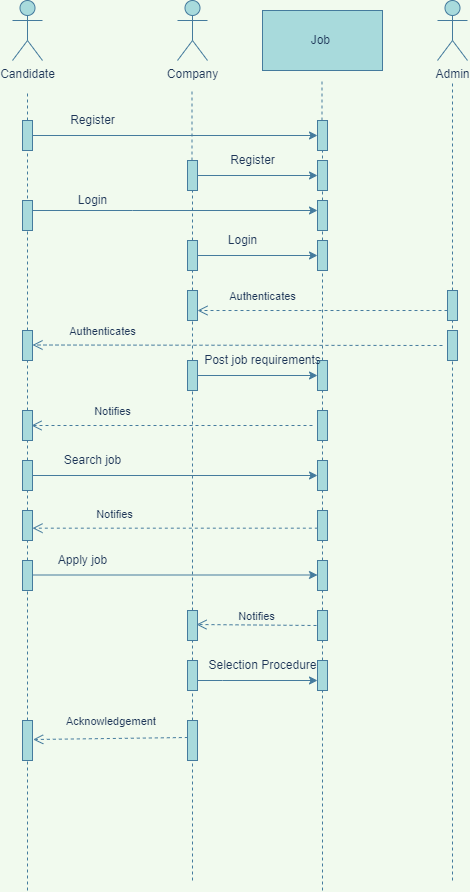
Earlier version of the draw.io export Day9/Online_Job_Portal-Diagrams/SequenceDiagramOJP.png (AthiraSajeev98/ust-prograd-training). Source tidied: cells renumbered, new cells last; positions are measured from the earlier drawing's top-left corner, leaving out a move shared by most shapes.
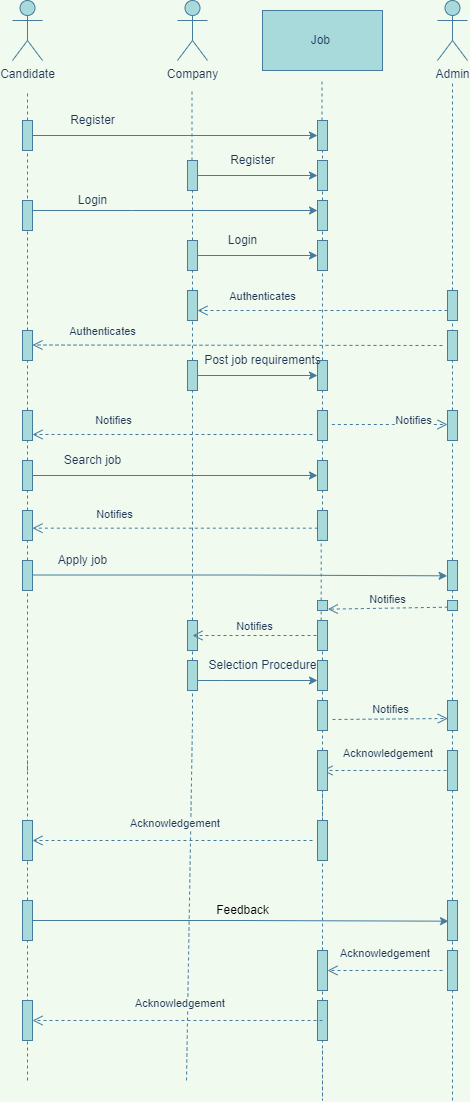
The same file after the commit.

What changed in the source:
```diff
@@ -70,10 +70,8 @@
     <mxCell id="21" style="html=1;points=[];perimeter=orthogonalPerimeter;fillColor=#A8DADC;strokeColor=#457B9D;fontColor=#1D3557;" parent="1" vertex="1">
       <mxGeometry x="435" y="290" width="10" height="30" as="geometry" />
     </mxCell>
-    <mxCell id="22" style="endArrow=none;dashed=1;html=1;rounded=0;startArrow=none;strokeColor=#457B9D;fontColor=#1D3557;labelBackgroundColor=#F1FAEE;" parent="1" edge="1" target="21">
-      <mxGeometry relative="1" as="geometry">
-        <mxPoint x="440" y="880" as="sourcePoint" />
-      </mxGeometry>
+    <mxCell id="22" style="endArrow=none;dashed=1;html=1;rounded=0;startArrow=none;strokeColor=#457B9D;fontColor=#1D3557;labelBackgroundColor=#F1FAEE;" parent="1" edge="1" source="85" target="21">
+      <mxGeometry relative="1" as="geometry" />
     </mxCell>
     <mxCell id="23" style="html=1;points=[];perimeter=orthogonalPerimeter;fillColor=#A8DADC;strokeColor=#457B9D;fontColor=#1D3557;" parent="1" vertex="1">
       <mxGeometry x="175" y="290" width="10" height="30" as="geometry" />
@@ -168,19 +166,21 @@
       <mxGeometry relative="1" as="geometry" />
     </mxCell>
     <mxCell id="51" style="html=1;points=[];perimeter=orthogonalPerimeter;fillColor=#A8DADC;strokeColor=#457B9D;fontColor=#1D3557;" parent="1" vertex="1">
-      <mxGeometry x="305" y="610" width="10" height="30" as="geometry" />
+      <mxGeometry x="305" y="620" width="10" height="30" as="geometry" />
     </mxCell>
     <mxCell id="52" style="endArrow=none;dashed=1;html=1;rounded=0;startArrow=none;strokeColor=#457B9D;fontColor=#1D3557;labelBackgroundColor=#F1FAEE;" parent="1" edge="1" source="59" target="51">
       <mxGeometry relative="1" as="geometry" />
     </mxCell>
     <mxCell id="53" style="html=1;points=[];perimeter=orthogonalPerimeter;fillColor=#A8DADC;strokeColor=#457B9D;fontColor=#1D3557;" parent="1" vertex="1">
-      <mxGeometry x="175" y="610" width="10" height="30" as="geometry" />
+      <mxGeometry x="175" y="620" width="10" height="30" as="geometry" />
     </mxCell>
     <mxCell id="54" style="endArrow=none;dashed=1;html=1;rounded=0;startArrow=none;strokeColor=#457B9D;fontColor=#1D3557;labelBackgroundColor=#F1FAEE;" parent="1" edge="1" source="57" target="53">
       <mxGeometry relative="1" as="geometry" />
     </mxCell>
-    <mxCell id="55" value="Notifies" style="html=1;verticalAlign=bottom;endArrow=open;dashed=1;endSize=8;rounded=0;entryX=0.9;entryY=0.467;entryDx=0;entryDy=0;entryPerimeter=0;exitX=-0.1;exitY=0.5;exitDx=0;exitDy=0;exitPerimeter=0;strokeColor=#457B9D;fontColor=#1D3557;labelBackgroundColor=#F1FAEE;" parent="1" edge="1" source="51" target="53">
-      <mxGeometry relative="1" as="geometry" />
+    <mxCell id="55" value="Notifies" style="html=1;verticalAlign=bottom;endArrow=open;dashed=1;endSize=8;rounded=0;exitX=-0.1;exitY=0.5;exitDx=0;exitDy=0;exitPerimeter=0;strokeColor=#457B9D;fontColor=#1D3557;labelBackgroundColor=#F1FAEE;" parent="1" edge="1" source="51">
+      <mxGeometry relative="1" as="geometry">
+        <mxPoint x="180" y="635" as="targetPoint" />
+      </mxGeometry>
     </mxCell>
     <mxCell id="56" style="edgeStyle=orthogonalEdgeStyle;rounded=0;jettySize=auto;html=1;strokeColor=#457B9D;fontColor=#1D3557;labelBackgroundColor=#F1FAEE;" parent="1" edge="1" source="57" target="59">
       <mxGeometry relative="1" as="geometry">
@@ -193,39 +193,37 @@
     <mxCell id="57" style="html=1;points=[];perimeter=orthogonalPerimeter;fillColor=#A8DADC;strokeColor=#457B9D;fontColor=#1D3557;" parent="1" vertex="1">
       <mxGeometry x="175" y="660" width="10" height="30" as="geometry" />
     </mxCell>
-    <mxCell id="58" style="endArrow=none;dashed=1;html=1;rounded=0;startArrow=none;strokeColor=#457B9D;fontColor=#1D3557;labelBackgroundColor=#F1FAEE;" parent="1" edge="1" source="62" target="57">
-      <mxGeometry relative="1" as="geometry" />
+    <mxCell id="58" style="endArrow=none;dashed=1;html=1;rounded=0;startArrow=none;strokeColor=#457B9D;fontColor=#1D3557;labelBackgroundColor=#F1FAEE;" parent="1" edge="1" target="57">
+      <mxGeometry relative="1" as="geometry">
+        <mxPoint x="180" y="720" as="sourcePoint" />
+      </mxGeometry>
     </mxCell>
     <mxCell id="59" style="html=1;points=[];perimeter=orthogonalPerimeter;fillColor=#A8DADC;strokeColor=#457B9D;fontColor=#1D3557;" parent="1" vertex="1">
       <mxGeometry x="305" y="660" width="10" height="30" as="geometry" />
     </mxCell>
-    <mxCell id="60" style="endArrow=none;dashed=1;html=1;rounded=0;startArrow=none;strokeColor=#457B9D;fontColor=#1D3557;labelBackgroundColor=#F1FAEE;" parent="1" edge="1" target="59">
-      <mxGeometry relative="1" as="geometry">
-        <mxPoint x="310" y="890" as="sourcePoint" />
-      </mxGeometry>
+    <mxCell id="60" style="endArrow=none;dashed=1;html=1;rounded=0;startArrow=none;strokeColor=#457B9D;fontColor=#1D3557;labelBackgroundColor=#F1FAEE;" parent="1" edge="1" source="97" target="59">
+      <mxGeometry relative="1" as="geometry" />
     </mxCell>
     <mxCell id="61" value="Selection Procedure" style="text;html=1;align=center;verticalAlign=middle;strokeColor=none;fillColor=none;fontColor=#1D3557;" parent="1" vertex="1">
       <mxGeometry x="190" y="655" width="120" height="20" as="geometry" />
     </mxCell>
-    <mxCell id="62" style="html=1;points=[];perimeter=orthogonalPerimeter;fillColor=#A8DADC;strokeColor=#457B9D;fontColor=#1D3557;" parent="1" vertex="1">
-      <mxGeometry x="175" y="720" width="10" height="40" as="geometry" />
-    </mxCell>
-    <mxCell id="63" style="endArrow=none;dashed=1;html=1;rounded=0;startArrow=none;strokeColor=#457B9D;fontColor=#1D3557;labelBackgroundColor=#F1FAEE;" parent="1" edge="1" target="62">
+    <mxCell id="63" style="endArrow=none;dashed=1;html=1;rounded=0;startArrow=none;strokeColor=#457B9D;fontColor=#1D3557;labelBackgroundColor=#F1FAEE;" parent="1" edge="1">
       <mxGeometry relative="1" as="geometry">
-        <mxPoint x="180" y="880" as="sourcePoint" />
+        <mxPoint x="174" y="1080" as="sourcePoint" />
+        <mxPoint x="180" y="720" as="targetPoint" />
       </mxGeometry>
     </mxCell>
-    <mxCell id="64" value="Notifies" style="html=1;verticalAlign=bottom;endArrow=open;dashed=1;endSize=8;rounded=0;entryX=0.9;entryY=0.5;entryDx=0;entryDy=0;entryPerimeter=0;strokeColor=#457B9D;fontColor=#1D3557;labelBackgroundColor=#F1FAEE;" parent="1" edge="1" target="47">
+    <mxCell id="64" value="Notifies" style="html=1;verticalAlign=bottom;endArrow=open;dashed=1;endSize=8;rounded=0;strokeColor=#457B9D;fontColor=#1D3557;labelBackgroundColor=#F1FAEE;exitX=1.433;exitY=0.467;exitDx=0;exitDy=0;exitPerimeter=0;" parent="1" edge="1" source="49" target="85">
       <mxGeometry x="0.42" y="-5" relative="1" as="geometry">
-        <mxPoint x="300" y="425" as="sourcePoint" />
+        <Array as="points">
+          <mxPoint x="380" y="424" />
+        </Array>
       </mxGeometry>
     </mxCell>
-    <mxCell id="65" style="html=1;points=[];perimeter=orthogonalPerimeter;fillColor=#A8DADC;strokeColor=#457B9D;fontColor=#1D3557;" parent="1" vertex="1">
-      <mxGeometry x="10" y="720" width="10" height="40" as="geometry" />
-    </mxCell>
-    <mxCell id="66" style="endArrow=none;dashed=1;html=1;rounded=0;strokeColor=#457B9D;fontColor=#1D3557;labelBackgroundColor=#F1FAEE;" parent="1" edge="1" target="65">
+    <mxCell id="66" style="endArrow=none;dashed=1;html=1;rounded=0;strokeColor=#457B9D;fontColor=#1D3557;labelBackgroundColor=#F1FAEE;startArrow=none;" parent="1" edge="1">
       <mxGeometry relative="1" as="geometry">
-        <mxPoint x="15" y="890" as="sourcePoint" />
+        <mxPoint x="15" y="1080" as="sourcePoint" />
+        <mxPoint x="15" y="760" as="targetPoint" />
       </mxGeometry>
     </mxCell>
     <mxCell id="67" style="edgeStyle=orthogonalEdgeStyle;rounded=0;jettySize=auto;html=1;strokeColor=#457B9D;fontColor=#1D3557;labelBackgroundColor=#F1FAEE;" parent="1" edge="1" source="68" target="70">
@@ -255,35 +253,176 @@
     <mxCell id="75" style="html=1;points=[];perimeter=orthogonalPerimeter;fillColor=#A8DADC;strokeColor=#457B9D;fontColor=#1D3557;" parent="1" vertex="1">
       <mxGeometry x="305" y="510" width="10" height="30" as="geometry" />
     </mxCell>
-    <mxCell id="76" style="endArrow=none;dashed=1;html=1;rounded=0;startArrow=none;strokeColor=#457B9D;fontColor=#1D3557;labelBackgroundColor=#F1FAEE;" parent="1" edge="1" source="78" target="75">
-      <mxGeometry relative="1" as="geometry" />
-    </mxCell>
     <mxCell id="77" value="Notifies" style="html=1;verticalAlign=bottom;endArrow=open;dashed=1;endSize=8;rounded=0;exitX=0.033;exitY=0.589;exitDx=0;exitDy=0;exitPerimeter=0;strokeColor=#457B9D;fontColor=#1D3557;labelBackgroundColor=#F1FAEE;" parent="1" edge="1" source="75" target="73">
       <mxGeometry x="0.42" y="-5" relative="1" as="geometry" />
     </mxCell>
-    <mxCell id="78" style="html=1;points=[];perimeter=orthogonalPerimeter;fillColor=#A8DADC;strokeColor=#457B9D;fontColor=#1D3557;" parent="1" vertex="1">
-      <mxGeometry x="305" y="560" width="10" height="30" as="geometry" />
-    </mxCell>
-    <mxCell id="79" style="endArrow=none;dashed=1;html=1;rounded=0;startArrow=none;strokeColor=#457B9D;fontColor=#1D3557;labelBackgroundColor=#F1FAEE;" parent="1" edge="1" source="51" target="78">
+    <mxCell id="79" style="endArrow=none;dashed=1;html=1;rounded=0;startArrow=none;strokeColor=#457B9D;fontColor=#1D3557;labelBackgroundColor=#F1FAEE;entryX=0.367;entryY=0.978;entryDx=0;entryDy=0;entryPerimeter=0;" parent="1" edge="1" source="121" target="75">
       <mxGeometry relative="1" as="geometry" />
     </mxCell>
     <mxCell id="80" style="html=1;points=[];perimeter=orthogonalPerimeter;fillColor=#A8DADC;strokeColor=#457B9D;fontColor=#1D3557;" parent="1" vertex="1">
       <mxGeometry x="10" y="560" width="10" height="30" as="geometry" />
     </mxCell>
-    <mxCell id="81" style="endArrow=none;dashed=1;html=1;rounded=0;startArrow=none;strokeColor=#457B9D;fontColor=#1D3557;labelBackgroundColor=#F1FAEE;" parent="1" edge="1" source="65" target="80">
-      <mxGeometry relative="1" as="geometry" />
+    <mxCell id="81" style="endArrow=none;dashed=1;html=1;rounded=0;startArrow=none;strokeColor=#457B9D;fontColor=#1D3557;labelBackgroundColor=#F1FAEE;" parent="1" edge="1" target="80">
+      <mxGeometry relative="1" as="geometry">
+        <mxPoint x="15" y="770" as="sourcePoint" />
+      </mxGeometry>
     </mxCell>
-    <mxCell id="82" style="edgeStyle=orthogonalEdgeStyle;rounded=0;orthogonalLoop=1;jettySize=auto;html=1;strokeColor=#457B9D;fontColor=#1D3557;labelBackgroundColor=#F1FAEE;" parent="1" edge="1">
+    <mxCell id="82" style="edgeStyle=orthogonalEdgeStyle;rounded=0;jettySize=auto;html=1;strokeColor=#457B9D;fontColor=#1D3557;labelBackgroundColor=#F1FAEE;entryX=-0.033;entryY=0.511;entryDx=0;entryDy=0;entryPerimeter=0;" parent="1" edge="1" target="87">
       <mxGeometry relative="1" as="geometry">
         <mxPoint x="20" y="574.5" as="sourcePoint" />
-        <mxPoint x="305" y="574.5" as="targetPoint" />
       </mxGeometry>
     </mxCell>
     <mxCell id="83" value="Apply job" style="text;html=1;align=center;verticalAlign=middle;strokeColor=none;fillColor=none;fontColor=#1D3557;" parent="1" vertex="1">
       <mxGeometry x="40" y="550" width="60" height="20" as="geometry" />
     </mxCell>
-    <mxCell id="84" value="Acknowledgement&amp;nbsp;" style="html=1;verticalAlign=bottom;endArrow=open;dashed=1;endSize=8;rounded=0;entryX=1.067;entryY=0.475;entryDx=0;entryDy=0;entryPerimeter=0;exitX=0.033;exitY=0.425;exitDx=0;exitDy=0;exitPerimeter=0;strokeColor=#457B9D;fontColor=#1D3557;labelBackgroundColor=#F1FAEE;" parent="1" edge="1" source="62" target="65">
-      <mxGeometry x="-0.03" y="-8" relative="1" as="geometry" />
+    <mxCell id="84" value="Acknowledgement&amp;nbsp;" style="html=1;verticalAlign=bottom;endArrow=open;dashed=1;endSize=8;rounded=0;strokeColor=#457B9D;fontColor=#1D3557;labelBackgroundColor=#F1FAEE;" parent="1" edge="1">
+      <mxGeometry x="-0.03" y="-8" relative="1" as="geometry">
+        <mxPoint x="440" y="770" as="sourcePoint" />
+        <mxPoint x="310" y="770" as="targetPoint" />
+      </mxGeometry>
     </mxCell>
+    <mxCell id="85" style="html=1;points=[];perimeter=orthogonalPerimeter;fillColor=#A8DADC;strokeColor=#457B9D;fontColor=#1D3557;" parent="1" vertex="1">
+      <mxGeometry x="435" y="410" width="10" height="30" as="geometry" />
+    </mxCell>
+    <mxCell id="86" style="endArrow=none;dashed=1;html=1;rounded=0;startArrow=none;strokeColor=#457B9D;fontColor=#1D3557;labelBackgroundColor=#F1FAEE;" parent="1" edge="1" source="87" target="85">
+      <mxGeometry relative="1" as="geometry" />
+    </mxCell>
+    <mxCell id="87" style="html=1;points=[];perimeter=orthogonalPerimeter;fillColor=#A8DADC;strokeColor=#457B9D;fontColor=#1D3557;" parent="1" vertex="1">
+      <mxGeometry x="435" y="560" width="10" height="30" as="geometry" />
+    </mxCell>
+    <mxCell id="88" style="endArrow=none;dashed=1;html=1;rounded=0;startArrow=none;strokeColor=#457B9D;fontColor=#1D3557;labelBackgroundColor=#F1FAEE;" parent="1" edge="1" source="95" target="87">
+      <mxGeometry relative="1" as="geometry" />
+    </mxCell>
+    <mxCell id="89" style="html=1;points=[];perimeter=orthogonalPerimeter;fillColor=#A8DADC;strokeColor=#457B9D;fontColor=#1D3557;" parent="1" vertex="1">
+      <mxGeometry x="435" y="750" width="10" height="40" as="geometry" />
+    </mxCell>
+    <mxCell id="90" style="endArrow=none;dashed=1;html=1;rounded=0;startArrow=none;strokeColor=#457B9D;fontColor=#1D3557;labelBackgroundColor=#F1FAEE;" parent="1" edge="1" source="107" target="89">
+      <mxGeometry relative="1" as="geometry" />
+    </mxCell>
+    <mxCell id="91" value="Notifies" style="html=1;verticalAlign=bottom;endArrow=open;dashed=1;endSize=8;rounded=0;strokeColor=#457B9D;fontColor=#1D3557;labelBackgroundColor=#F1FAEE;" parent="1" edge="1" target="47">
+      <mxGeometry x="0.42" y="-5" relative="1" as="geometry">
+        <mxPoint x="300" y="434" as="sourcePoint" />
+      </mxGeometry>
+    </mxCell>
+    <mxCell id="92" style="endArrow=none;dashed=1;html=1;rounded=0;startArrow=none;strokeColor=#457B9D;fontColor=#1D3557;labelBackgroundColor=#F1FAEE;" parent="1" edge="1" source="100" target="93">
+      <mxGeometry relative="1" as="geometry" />
+    </mxCell>
+    <mxCell id="93" style="html=1;points=[];perimeter=orthogonalPerimeter;fillColor=#A8DADC;strokeColor=#457B9D;fontColor=#1D3557;" parent="1" vertex="1">
+      <mxGeometry x="305" y="750" width="10" height="40" as="geometry" />
+    </mxCell>
+    <mxCell id="94" style="endArrow=none;dashed=1;html=1;rounded=0;startArrow=none;strokeColor=#457B9D;fontColor=#1D3557;labelBackgroundColor=#F1FAEE;" parent="1" edge="1" target="93">
+      <mxGeometry relative="1" as="geometry">
+        <mxPoint x="310" y="840" as="sourcePoint" />
+      </mxGeometry>
+    </mxCell>
+    <mxCell id="95" style="html=1;points=[];perimeter=orthogonalPerimeter;fillColor=#A8DADC;strokeColor=#457B9D;fontColor=#1D3557;" parent="1" vertex="1">
+      <mxGeometry x="435" y="700" width="10" height="30" as="geometry" />
+    </mxCell>
+    <mxCell id="96" style="endArrow=none;dashed=1;html=1;rounded=0;startArrow=none;strokeColor=#457B9D;fontColor=#1D3557;labelBackgroundColor=#F1FAEE;" parent="1" edge="1" source="89" target="95">
+      <mxGeometry relative="1" as="geometry" />
+    </mxCell>
+    <mxCell id="97" style="html=1;points=[];perimeter=orthogonalPerimeter;fillColor=#A8DADC;strokeColor=#457B9D;fontColor=#1D3557;" parent="1" vertex="1">
+      <mxGeometry x="305" y="700" width="10" height="30" as="geometry" />
+    </mxCell>
+    <mxCell id="98" style="endArrow=none;dashed=1;html=1;rounded=0;startArrow=none;strokeColor=#457B9D;fontColor=#1D3557;labelBackgroundColor=#F1FAEE;" parent="1" edge="1" source="93" target="97">
+      <mxGeometry relative="1" as="geometry" />
+    </mxCell>
+    <mxCell id="99" value="Notifies" style="html=1;verticalAlign=bottom;endArrow=open;dashed=1;endSize=8;rounded=0;entryX=0.033;entryY=0.6;entryDx=0;entryDy=0;entryPerimeter=0;strokeColor=#457B9D;fontColor=#1D3557;labelBackgroundColor=#F1FAEE;" parent="1" edge="1" target="95">
+      <mxGeometry relative="1" as="geometry">
+        <mxPoint x="320" y="719" as="sourcePoint" />
+      </mxGeometry>
+    </mxCell>
+    <mxCell id="100" style="html=1;points=[];perimeter=orthogonalPerimeter;fillColor=#A8DADC;strokeColor=#457B9D;fontColor=#1D3557;" parent="1" vertex="1">
+      <mxGeometry x="305" y="820" width="10" height="40" as="geometry" />
+    </mxCell>
+    <mxCell id="101" style="endArrow=none;dashed=1;html=1;rounded=0;startArrow=none;strokeColor=#457B9D;fontColor=#1D3557;labelBackgroundColor=#F1FAEE;" parent="1" edge="1" target="100">
+      <mxGeometry relative="1" as="geometry">
+        <mxPoint x="310" y="950" as="sourcePoint" />
+      </mxGeometry>
+    </mxCell>
+    <mxCell id="102" style="html=1;perimeter=orthogonalPerimeter;fillColor=#A8DADC;strokeColor=#457B9D;fontColor=#1D3557;" parent="1" vertex="1">
+      <mxGeometry x="10" y="820" width="10" height="40" as="geometry" />
+    </mxCell>
+    <mxCell id="103" value="Acknowledgement&amp;nbsp;" style="html=1;verticalAlign=bottom;endArrow=open;dashed=1;endSize=8;rounded=0;strokeColor=#457B9D;fontColor=#1D3557;labelBackgroundColor=#F1FAEE;" parent="1" edge="1">
+      <mxGeometry x="-0.03" y="-8" relative="1" as="geometry">
+        <mxPoint x="300" y="840" as="sourcePoint" />
+        <mxPoint x="20" y="840" as="targetPoint" />
+      </mxGeometry>
+    </mxCell>
+    <mxCell id="104" style="html=1;points=[];perimeter=orthogonalPerimeter;fillColor=#A8DADC;strokeColor=#457B9D;fontColor=#1D3557;" parent="1" vertex="1">
+      <mxGeometry x="10" y="900" width="10" height="40" as="geometry" />
+    </mxCell>
+    <mxCell id="105" style="html=1;verticalAlign=bottom;endArrow=none;dashed=1;endSize=8;rounded=0;strokeColor=#457B9D;fontColor=#1D3557;labelBackgroundColor=#F1FAEE;" parent="1" edge="1" target="104">
+      <mxGeometry x="-0.03" y="-8" relative="1" as="geometry">
+        <mxPoint x="40" y="920" as="sourcePoint" />
+      </mxGeometry>
+    </mxCell>
+    <mxCell id="106" style="endArrow=none;dashed=1;html=1;rounded=0;startArrow=none;strokeColor=#457B9D;fontColor=#1D3557;labelBackgroundColor=#F1FAEE;" parent="1" edge="1" source="111">
+      <mxGeometry relative="1" as="geometry">
+        <mxPoint x="310" y="940" as="targetPoint" />
+      </mxGeometry>
+    </mxCell>
+    <mxCell id="107" style="html=1;points=[];perimeter=orthogonalPerimeter;fillColor=#A8DADC;strokeColor=#457B9D;fontColor=#1D3557;" parent="1" vertex="1">
+      <mxGeometry x="435" y="900" width="10" height="40" as="geometry" />
+    </mxCell>
+    <mxCell id="108" style="endArrow=none;dashed=1;html=1;rounded=0;startArrow=none;strokeColor=#457B9D;fontColor=#1D3557;labelBackgroundColor=#F1FAEE;" parent="1" edge="1" source="114" target="107">
+      <mxGeometry relative="1" as="geometry" />
+    </mxCell>
+    <mxCell id="109" style="edgeStyle=orthogonalEdgeStyle;rounded=0;jettySize=auto;html=1;strokeColor=#457B9D;fontColor=#1D3557;labelBackgroundColor=#F1FAEE;exitX=1;exitY=0.5;exitDx=0;exitDy=0;exitPerimeter=0;entryX=0.1;entryY=0.517;entryDx=0;entryDy=0;entryPerimeter=0;" parent="1" edge="1" source="104" target="107">
+      <mxGeometry relative="1" as="geometry" />
+    </mxCell>
+    <mxCell id="110" value="Feedback" style="text;html=1;align=center;verticalAlign=middle;strokeColor=none;fillColor=none;" parent="1" vertex="1">
+      <mxGeometry x="195" y="900" width="70" height="20" as="geometry" />
+    </mxCell>
+    <mxCell id="111" style="html=1;points=[];perimeter=orthogonalPerimeter;fillColor=#A8DADC;strokeColor=#457B9D;fontColor=#1D3557;" parent="1" vertex="1">
+      <mxGeometry x="305" y="950" width="10" height="40" as="geometry" />
+    </mxCell>
+    <mxCell id="112" style="endArrow=none;dashed=1;html=1;rounded=0;startArrow=none;strokeColor=#457B9D;fontColor=#1D3557;labelBackgroundColor=#F1FAEE;" parent="1" edge="1" source="116" target="111">
+      <mxGeometry relative="1" as="geometry" />
+    </mxCell>
+    <mxCell id="113" style="html=1;perimeter=orthogonalPerimeter;fillColor=#A8DADC;strokeColor=#457B9D;fontColor=#1D3557;" parent="1" vertex="1">
+      <mxGeometry x="10" y="1000" width="10" height="40" as="geometry" />
+    </mxCell>
+    <mxCell id="114" style="html=1;points=[];perimeter=orthogonalPerimeter;fillColor=#A8DADC;strokeColor=#457B9D;fontColor=#1D3557;" parent="1" vertex="1">
+      <mxGeometry x="435" y="950" width="10" height="40" as="geometry" />
+    </mxCell>
+    <mxCell id="115" style="endArrow=none;dashed=1;html=1;rounded=0;startArrow=none;strokeColor=#457B9D;fontColor=#1D3557;labelBackgroundColor=#F1FAEE;" parent="1" edge="1" target="114">
+      <mxGeometry relative="1" as="geometry">
+        <mxPoint x="440" y="1100" as="sourcePoint" />
+      </mxGeometry>
+    </mxCell>
+    <mxCell id="116" style="html=1;points=[];perimeter=orthogonalPerimeter;fillColor=#A8DADC;strokeColor=#457B9D;fontColor=#1D3557;" parent="1" vertex="1">
+      <mxGeometry x="305" y="1000" width="10" height="40" as="geometry" />
+    </mxCell>
+    <mxCell id="117" style="endArrow=none;dashed=1;html=1;rounded=0;startArrow=none;strokeColor=#457B9D;fontColor=#1D3557;labelBackgroundColor=#F1FAEE;" parent="1" edge="1" target="116">
+      <mxGeometry relative="1" as="geometry">
+        <mxPoint x="310" y="1050" as="sourcePoint" />
+        <Array as="points">
+          <mxPoint x="310" y="1100" />
+        </Array>
+      </mxGeometry>
+    </mxCell>
+    <mxCell id="118" value="Acknowledgement&amp;nbsp;" style="html=1;verticalAlign=bottom;endArrow=open;dashed=1;endSize=8;rounded=0;strokeColor=#457B9D;fontColor=#1D3557;labelBackgroundColor=#F1FAEE;startArrow=none;exitX=0.5;exitY=0.5;exitDx=0;exitDy=0;exitPerimeter=0;" parent="1" edge="1" source="116">
+      <mxGeometry x="-0.03" y="-8" relative="1" as="geometry">
+        <mxPoint x="20" y="1020" as="targetPoint" />
+      </mxGeometry>
+    </mxCell>
+    <mxCell id="119" value="Acknowledgement&amp;nbsp;" style="html=1;verticalAlign=bottom;endArrow=open;dashed=1;endSize=8;rounded=0;strokeColor=#457B9D;fontColor=#1D3557;labelBackgroundColor=#F1FAEE;startArrow=none;" parent="1" edge="1" target="111">
+      <mxGeometry x="-0.03" y="-8" relative="1" as="geometry">
+        <mxPoint x="430" y="970" as="sourcePoint" />
+      </mxGeometry>
+    </mxCell>
+    <mxCell id="120" style="html=1;points=[];perimeter=orthogonalPerimeter;fillColor=#A8DADC;strokeColor=#457B9D;fontColor=#1D3557;" parent="1" vertex="1">
+      <mxGeometry x="435" y="600" width="10" height="10" as="geometry" />
+    </mxCell>
+    <mxCell id="121" style="html=1;points=[];perimeter=orthogonalPerimeter;fillColor=#A8DADC;strokeColor=#457B9D;fontColor=#1D3557;" parent="1" vertex="1">
+      <mxGeometry x="305" y="600" width="10" height="10" as="geometry" />
+    </mxCell>
+    <mxCell id="122" style="endArrow=none;dashed=1;html=1;rounded=0;startArrow=none;strokeColor=#457B9D;fontColor=#1D3557;labelBackgroundColor=#F1FAEE;entryX=0.367;entryY=0.978;entryDx=0;entryDy=0;entryPerimeter=0;" parent="1" edge="1" source="51" target="121">
+      <mxGeometry relative="1" as="geometry" />
+    </mxCell>
+    <mxCell id="123" value="Notifies" style="html=1;verticalAlign=bottom;endArrow=open;dashed=1;endSize=8;rounded=0;exitX=0.033;exitY=0.667;exitDx=0;exitDy=0;exitPerimeter=0;strokeColor=#457B9D;fontColor=#1D3557;labelBackgroundColor=#F1FAEE;entryX=1.033;entryY=0.867;entryDx=0;entryDy=0;entryPerimeter=0;" parent="1" edge="1" source="120" target="121">
+      <mxGeometry relative="1" as="geometry" />
+    </mxCell>
   </root>
 </mxGraphModel>
```
